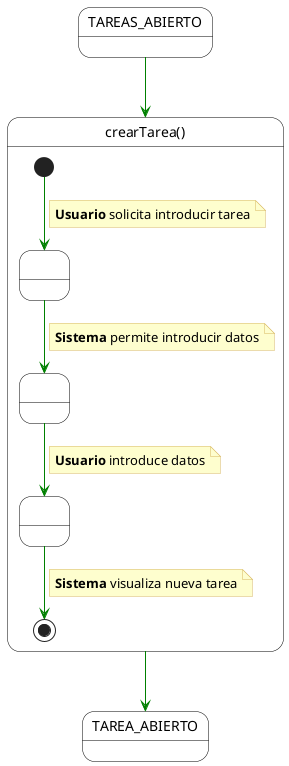
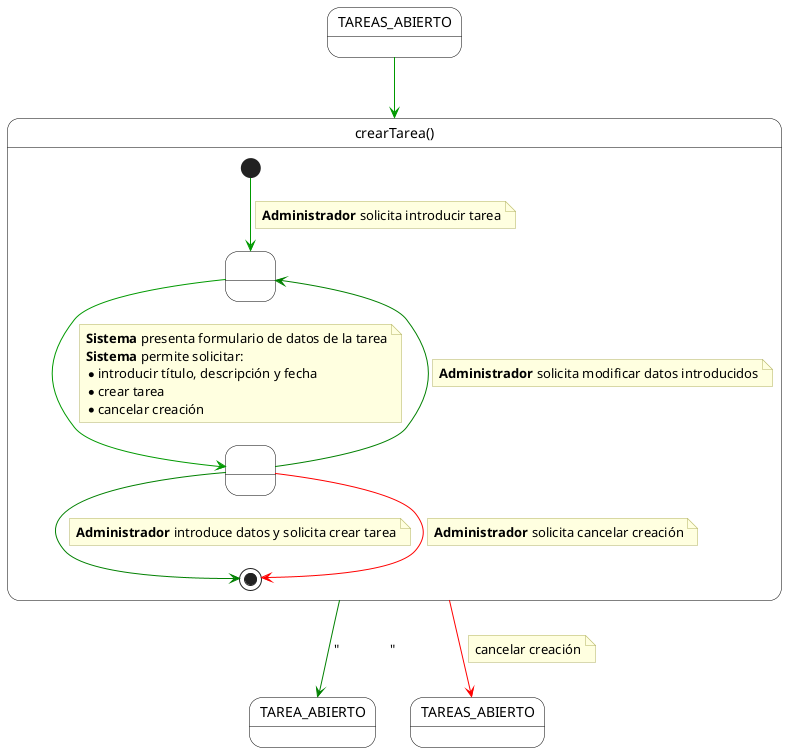
@startuml crearTarea
+ skinparam monochrome false
+ skinparam shadow false
+ top to bottom direction
+ 
skinparam state {
    BackgroundColor White
    BorderColor Black
-     ArrowColor #008000
- }
- skinparam note {
-     BackgroundColor #FEFECE
-     BorderColor #D7B75F
+     ArrowColor #009900
+     StartColor Black
+     EndColor Black
}

- state "TAREAS_ABIERTO" as TAREAS_ABIERTO_IN
+ skinparam note {
+     BackgroundColor #FFFFE0
+     BorderColor #B0B060
+     FontName Arial
+ }

- state "crearTarea()" as crearTarea {
-     state " " as Inicio <<start>>
-     state " " as Estado1
-     state " " as Estado2
-     state " " as Estado3
-     state " " as Fin <<end>>
+ state "TAREAS_ABIERTO" as Inicio

-     Inicio --> Estado1
+ state "crearTarea()" as CrearTareaContainer {
+ 
+     state " " as EstadoFormulario
+     state " " as EstadoDecision
+ 
+     [*] --> EstadoFormulario
    note on link
-         <b>Usuario</b> solicita introducir tarea
+         **Administrador** solicita introducir tarea
    end note

-     Estado1 --> Estado2
+     EstadoFormulario --> EstadoDecision
    note on link
-         <b>Sistema</b> permite introducir datos
+         **Sistema** presenta formulario de datos de la tarea
+         **Sistema** permite solicitar:
+         * introducir título, descripción y fecha
+         * crear tarea
+         * cancelar creación
    end note

-     Estado2 --> Estado3
+     EstadoDecision -[#green]up-> EstadoFormulario
    note on link
-         <b>Usuario</b> introduce datos
+         **Administrador** solicita modificar datos introducidos
    end note

-     Estado3 --> Fin
+     EstadoDecision -[#green]down-> [*]
    note on link
-         <b>Sistema</b> visualiza nueva tarea
+         **Administrador** introduce datos y solicita crear tarea
+     end note
+ 
+     EstadoDecision -[#red]down-> [*]
+     note on link
+         **Administrador** solicita cancelar creación
    end note
}

- state "TAREA_ABIERTO" as TAREAS_ABIERTO_OUT
+ state "TAREA_ABIERTO" as FinExito
+ state "TAREAS_ABIERTO" as FinCancelacion

- TAREAS_ABIERTO_IN --> crearTarea
- crearTarea --> TAREAS_ABIERTO_OUT
+ Inicio --> CrearTareaContainer
+ 
+ CrearTareaContainer -[#green]-> FinExito : "               "
+ 
+ CrearTareaContainer -[#red]down-> FinCancelacion
+ note on link
+     cancelar creación
+ end note
+ 
@enduml